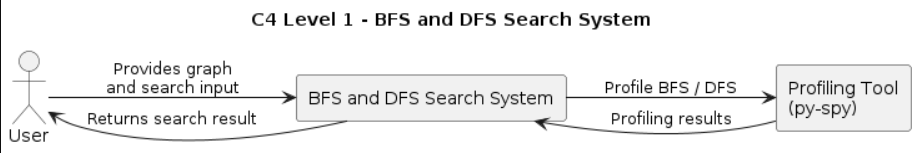
Earlier version of the PlantUML export SLE3-Maze-Solving-System/diagrams/level1_context.png.png (anuradhajadhav1346-netizen/basic-ai-agent). Its source is kept beside it as SLE3-Maze-Solving-System/code/level1_context.puml. Its diagram source:
```plantuml
@startuml
title C4 Level 1 - BFS and DFS Search System

left to right direction

actor "User" as User

rectangle "BFS and DFS Search System" as System

rectangle "Profiling Tool\n(py-spy)" as Profiler

User --> System : Provides graph\nand search input

System --> User : Returns search result

System --> Profiler : Profile BFS / DFS

Profiler --> System : Profiling results

@enduml
```
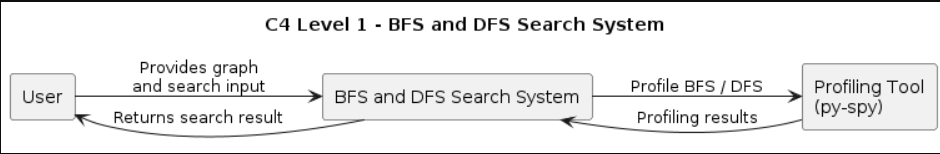
Above is the later version.

What changed in the source:
```diff
@@ -3,18 +3,15 @@
 
 left to right direction
 
-actor "User" as User
+rectangle "User" as User
 
 rectangle "BFS and DFS Search System" as System
 
 rectangle "Profiling Tool\n(py-spy)" as Profiler
 
 User --> System : Provides graph\nand search input
-
 System --> User : Returns search result
-
 System --> Profiler : Profile BFS / DFS
-
 Profiler --> System : Profiling results
 
 @enduml
```
